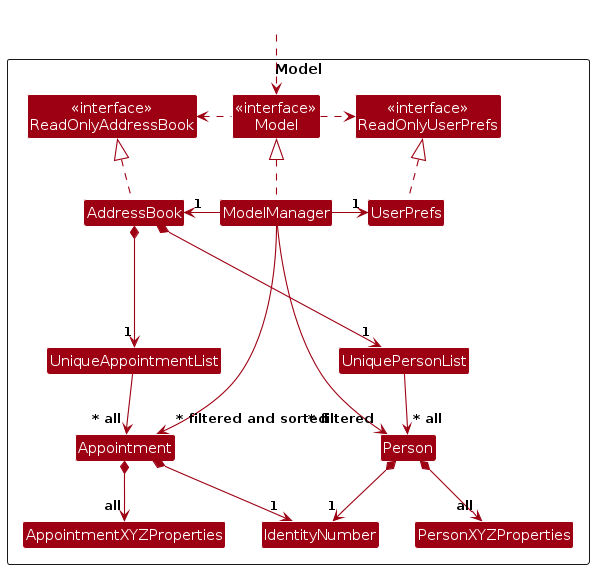
bananapielearnsjava/tp keeps this PlantUML diagram as diagrams/ModelClassDiagram.png. Above is the earlier version. Its source is kept beside it as diagrams/ModelClassDiagram.puml.
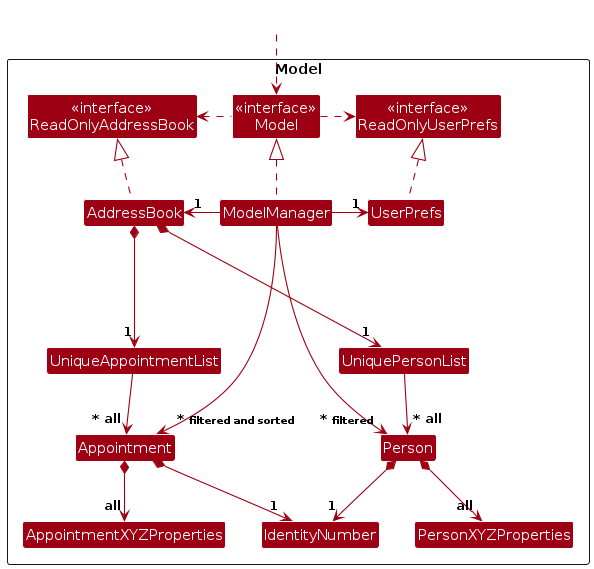
After the change.

Diff of the diagram source:
```diff
@@ -48,8 +48,8 @@
 Appointment *--> "1" IdentityNumber
 Appointment *--> "all" AppointmentXYZProperties
 
-ModelManager --> "~* filtered" Person
-ModelManager --> "~* filtered and sorted" Appointment
+ModelManager --> "~* <size:10>filtered</size>" Person
+ModelManager --> "~* <size:10>filtered and sorted</size>" Appointment
 
 UserPrefs -[hidden]--> UniquePersonList
 UniqueAppointmentList -[hidden]right-> UniquePersonList
```
